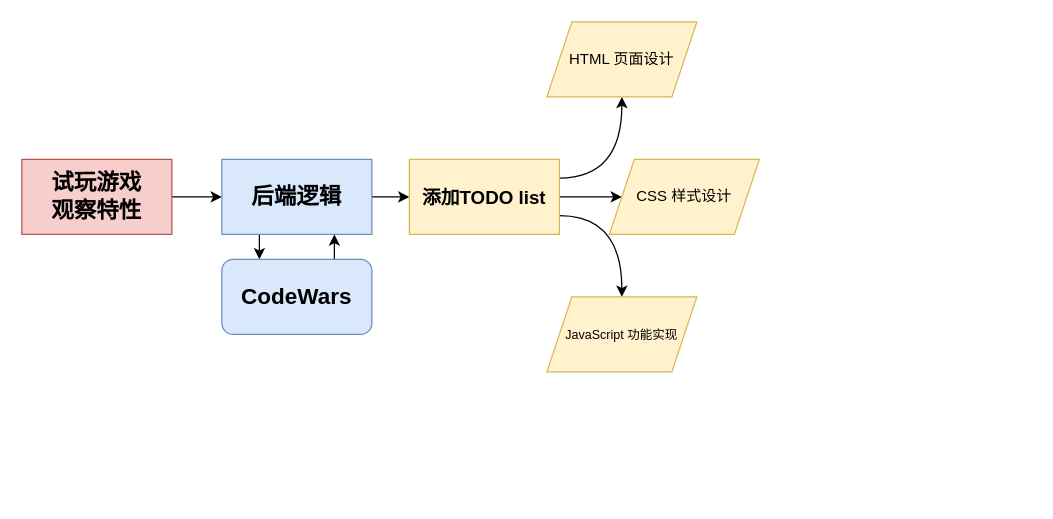
LangQi99/OurEDA2024WebWinter keeps this draw.io diagram as mind.drawio. Above is the earlier version. Source tidied: cells renumbered, new cells numbered last; positions are measured from the earlier drawing's top-left corner, leaving out a move shared by most shapes. Both pictures are drawn from the tidied source at 125%, with x=0, y=0 at pixel (21, 21).
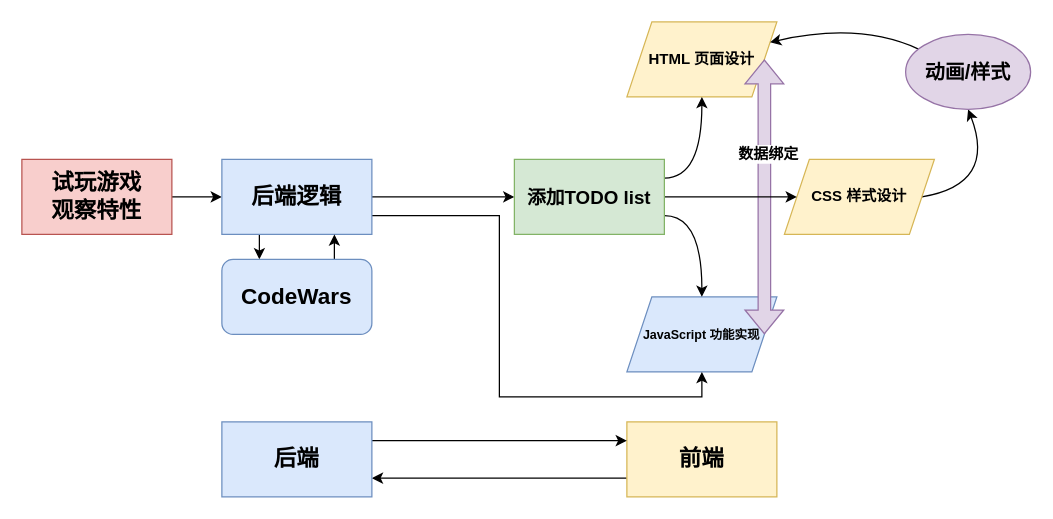
The same page after the edit.

The change refers to these unchanged cells:
```xml
<mxCell id="6" value="&lt;b&gt;&lt;font style=&quot;font-size: 18px;&quot;&gt;后端逻辑&lt;/font&gt;&lt;/b&gt;" style="rounded=0;whiteSpace=wrap;html=1;fillColor=#dae8fc;strokeColor=#6c8ebf;" parent="1" vertex="1">
  <mxGeometry x="160" y="110" width="120" height="60" as="geometry" />
</mxCell>
```

The edit, as a diff of the source:
```diff
@@
+    <mxCell id="13" value="&lt;b&gt;HTML 页面设计&lt;/b&gt;" style="shape=parallelogram;perimeter=parallelogramPerimeter;whiteSpace=wrap;html=1;fixedSize=1;fillColor=#fff2cc;strokeColor=#d6b656;" parent="1" vertex="1">
+      <mxGeometry x="484" width="120" height="60" as="geometry" />
+    </mxCell>
+    <mxCell id="15" value="&lt;font style=&quot;font-size: 10px;&quot;&gt;&lt;b&gt;JavaScript 功能实现&lt;/b&gt;&lt;/font&gt;" style="shape=parallelogram;perimeter=parallelogramPerimeter;whiteSpace=wrap;html=1;fixedSize=1;fillColor=#dae8fc;strokeColor=#6c8ebf;" parent="1" vertex="1">
+      <mxGeometry x="484" y="220" width="120" height="60" as="geometry" />
+    </mxCell>
@@
+    <mxCell id="16" style="shape=flexArrow;endArrow=classic;startArrow=classic;html=1;rounded=0;exitX=1;exitY=0.5;exitDx=0;exitDy=0;entryX=1;entryY=0.5;entryDx=0;entryDy=0;fillColor=#e1d5e7;strokeColor=#9673a6;" parent="1" edge="1" source="15" target="13">
+      <mxGeometry relative="1" as="geometry" />
+    </mxCell>
+    <mxCell id="17" value="&lt;b&gt;&lt;font style=&quot;font-size: 12px;&quot;&gt;数据绑定&lt;/font&gt;&lt;/b&gt;" style="edgeLabel;html=1;align=center;verticalAlign=middle;" parent="16" vertex="1">
+      <mxGeometry x="0.32" y="-2" relative="1" as="geometry" />
+    </mxCell>
+    <mxCell id="18" style="rounded=0;jettySize=auto;html=1;exitX=1;exitY=0.5;exitDx=0;exitDy=0;entryX=0.5;entryY=1;entryDx=0;entryDy=0;curved=1;" parent="1" edge="1" source="14" target="22">
+      <mxGeometry relative="1" as="geometry">
+        <Array as="points">
+          <mxPoint x="780" y="130" />
+        </Array>
+      </mxGeometry>
+    </mxCell>
+    <mxCell id="14" value="&lt;b&gt;CSS 样式设计&lt;/b&gt;" style="shape=parallelogram;perimeter=parallelogramPerimeter;whiteSpace=wrap;html=1;fixedSize=1;fillColor=#fff2cc;strokeColor=#d6b656;" parent="1" vertex="1">
+      <mxGeometry x="610" y="110" width="120" height="60" as="geometry" />
+    </mxCell>
@@
+    <mxCell id="19" style="edgeStyle=orthogonalEdgeStyle;rounded=0;jettySize=auto;html=1;exitX=1;exitY=0.75;exitDx=0;exitDy=0;entryX=0.5;entryY=1;entryDx=0;entryDy=0;" parent="1" edge="1" source="6" target="15">
+      <mxGeometry relative="1" as="geometry" />
+    </mxCell>
@@
-    <mxCell id="12" value="&lt;b&gt;&lt;font style=&quot;font-size: 15px;&quot;&gt;添加TODO list&lt;/font&gt;&lt;/b&gt;" style="rounded=0;whiteSpace=wrap;html=1;fillColor=#fff2cc;strokeColor=#d6b656;" parent="1" vertex="1">
-      <mxGeometry x="310" y="110" width="120" height="60" as="geometry" />
+    <mxCell id="12" value="&lt;b&gt;&lt;font style=&quot;font-size: 15px;&quot;&gt;添加TODO list&lt;/font&gt;&lt;/b&gt;" style="rounded=0;whiteSpace=wrap;html=1;fillColor=#d5e8d4;strokeColor=#82b366;" parent="1" vertex="1">
+      <mxGeometry x="394" y="110" width="120" height="60" as="geometry" />
     </mxCell>
-    <mxCell id="13" value="HTML 页面设计" style="shape=parallelogram;perimeter=parallelogramPerimeter;whiteSpace=wrap;html=1;fixedSize=1;fillColor=#fff2cc;strokeColor=#d6b656;" parent="1" vertex="1">
-      <mxGeometry x="420" width="120" height="60" as="geometry" />
-    </mxCell>
-    <mxCell id="14" value="CSS 样式设计" style="shape=parallelogram;perimeter=parallelogramPerimeter;whiteSpace=wrap;html=1;fixedSize=1;fillColor=#fff2cc;strokeColor=#d6b656;" parent="1" vertex="1">
-      <mxGeometry x="470" y="110" width="120" height="60" as="geometry" />
-    </mxCell>
-    <mxCell id="15" value="&lt;font style=&quot;font-size: 10px;&quot;&gt;JavaScript 功能实现&lt;/font&gt;" style="shape=parallelogram;perimeter=parallelogramPerimeter;whiteSpace=wrap;html=1;fixedSize=1;fillColor=#fff2cc;strokeColor=#d6b656;" parent="1" vertex="1">
-      <mxGeometry x="420" y="220" width="120" height="60" as="geometry" />
-    </mxCell>
+    <mxCell id="20" style="edgeStyle=orthogonalEdgeStyle;rounded=0;jettySize=auto;html=1;exitX=1;exitY=0.5;exitDx=0;exitDy=0;entryX=0;entryY=0.5;entryDx=0;entryDy=0;strokeColor=none;curved=1;" parent="1" edge="1" source="14" target="22">
+      <mxGeometry relative="1" as="geometry" />
+    </mxCell>
+    <mxCell id="21" style="rounded=0;jettySize=auto;html=1;entryX=1;entryY=0.25;entryDx=0;entryDy=0;curved=1;" parent="1" edge="1" source="22" target="13">
+      <mxGeometry relative="1" as="geometry">
+        <Array as="points">
+          <mxPoint x="670" />
+        </Array>
+      </mxGeometry>
+    </mxCell>
+    <mxCell id="22" value="&lt;b&gt;&lt;font style=&quot;font-size: 16px;&quot;&gt;动画/样式&lt;/font&gt;&lt;/b&gt;" style="ellipse;whiteSpace=wrap;html=1;fillColor=#e1d5e7;strokeColor=#9673a6;" parent="1" vertex="1">
+      <mxGeometry x="707" y="10" width="100" height="60" as="geometry" />
+    </mxCell>
+    <mxCell id="23" style="edgeStyle=orthogonalEdgeStyle;rounded=0;jettySize=auto;html=1;exitX=0;exitY=0.75;exitDx=0;exitDy=0;entryX=1;entryY=0.75;entryDx=0;entryDy=0;" parent="1" edge="1" source="24" target="26">
+      <mxGeometry relative="1" as="geometry" />
+    </mxCell>
+    <mxCell id="24" value="&lt;b&gt;&lt;font style=&quot;font-size: 18px;&quot;&gt;前端&lt;/font&gt;&lt;/b&gt;" style="rounded=0;whiteSpace=wrap;html=1;fillColor=#fff2cc;strokeColor=#d6b656;" parent="1" vertex="1">
+      <mxGeometry x="484" y="320" width="120" height="60" as="geometry" />
+    </mxCell>
+    <mxCell id="25" style="edgeStyle=orthogonalEdgeStyle;rounded=0;jettySize=auto;html=1;exitX=1;exitY=0.25;exitDx=0;exitDy=0;entryX=0;entryY=0.25;entryDx=0;entryDy=0;" parent="1" edge="1" source="26" target="24">
+      <mxGeometry relative="1" as="geometry" />
+    </mxCell>
+    <mxCell id="26" value="&lt;b&gt;&lt;font style=&quot;font-size: 18px;&quot;&gt;后端&lt;/font&gt;&lt;/b&gt;" style="rounded=0;whiteSpace=wrap;html=1;fillColor=#dae8fc;strokeColor=#6c8ebf;" parent="1" vertex="1">
+      <mxGeometry x="160" y="320" width="120" height="60" as="geometry" />
+    </mxCell>
```
